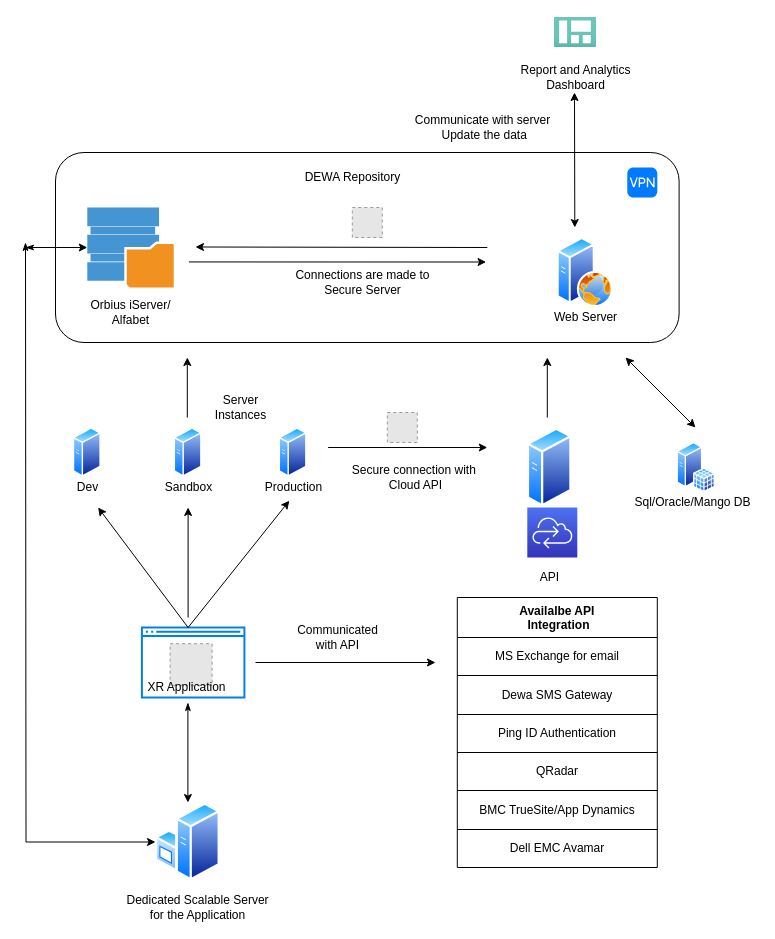
Above: page "hosting-connection" (8 of 11) of dewa_acrh.drawio in kpradp/Charts (draw.io), before the change. Source tidied: cells renumbered, new cells numbered last; positions are measured from the earlier drawing's top-left corner, leaving out a move shared by most shapes. Both pictures are drawn from the tidied source at 100%, with x=0, y=0 at pixel (25, 17). Pictures stored in the file or linked from it are replaced by grey dashed boxes.
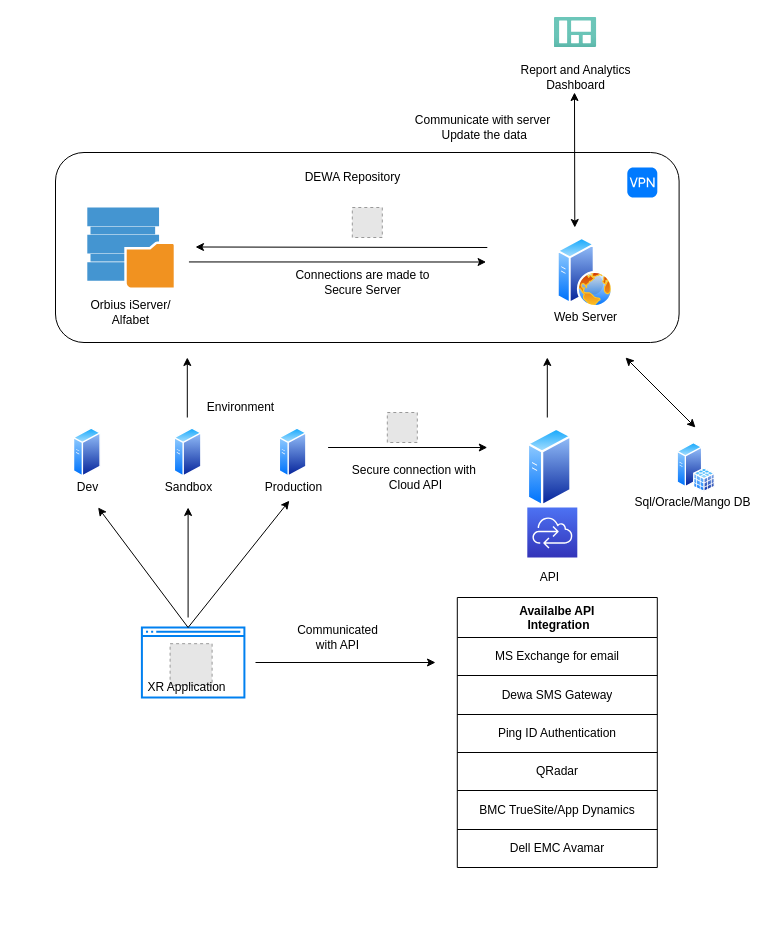
Above is the later version.

The change refers to these unchanged cells:
```xml
<mxCell id="4" style="shadow=0;dashed=0;html=1;strokeColor=none;fillColor=#4495D1;labelPosition=center;verticalLabelPosition=bottom;verticalAlign=top;align=center;outlineConnect=0;shape=mxgraph.veeam.2d.backup_repository;" parent="1" vertex="1">
  <mxGeometry x="61.8" y="190" width="86.4" height="80" as="geometry" />
</mxCell>
```

Diff of the diagram source:
```diff
@@
-    <mxCell id="3" style="edgeStyle=orthogonalEdgeStyle;rounded=0;jettySize=auto;html=1;startArrow=classic;startFill=1;endArrow=classicThin;endFill=1;" parent="1" edge="1" source="4">
-      <mxGeometry relative="1" as="geometry">
-        <mxPoint y="230" as="targetPoint" />
-      </mxGeometry>
-    </mxCell>
@@
-    <mxCell id="49" style="edgeStyle=orthogonalEdgeStyle;rounded=0;jettySize=auto;html=1;startArrow=classic;startFill=1;endArrow=classicThin;endFill=1;" parent="1" edge="1" source="51">
-      <mxGeometry relative="1" as="geometry">
-        <mxPoint x="162.4" y="685" as="targetPoint" />
-      </mxGeometry>
-    </mxCell>
-    <mxCell id="50" style="edgeStyle=orthogonalEdgeStyle;rounded=0;jettySize=auto;html=1;startArrow=classic;startFill=1;endArrow=classicThin;endFill=1;" parent="1" edge="1" source="51">
-      <mxGeometry relative="1" as="geometry">
-        <mxPoint y="225" as="targetPoint" />
-      </mxGeometry>
-    </mxCell>
-    <mxCell id="51" style="perimeter=ellipsePerimeter;html=1;align=center;shadow=0;dashed=0;spacingTop=3;image;image=img/lib/active_directory/windows_server.svg;" parent="1" vertex="1">
-      <mxGeometry x="130" y="785" width="64.8" height="79" as="geometry" />
-    </mxCell>
-    <mxCell id="52" value="Dedicated Scalable Server&lt;br&gt;for the Application" style="text;html=1;align=center;verticalAlign=middle;strokeColor=none;fillColor=none;" parent="1" vertex="1">
-      <mxGeometry x="92.2" y="875" width="160" height="30" as="geometry" />
-    </mxCell>
-    <mxCell id="53" value="Server&lt;br&gt;Instances" style="text;html=1;align=center;verticalAlign=middle;strokeColor=none;fillColor=none;" parent="1" vertex="1">
-      <mxGeometry x="180" y="375" width="70" height="30" as="geometry" />
+    <mxCell id="53" value="Environment" style="text;html=1;align=center;verticalAlign=middle;strokeColor=none;fillColor=none;" parent="1" vertex="1">
+      <mxGeometry x="175" y="380" width="80" height="20" as="geometry" />
     </mxCell>
```
